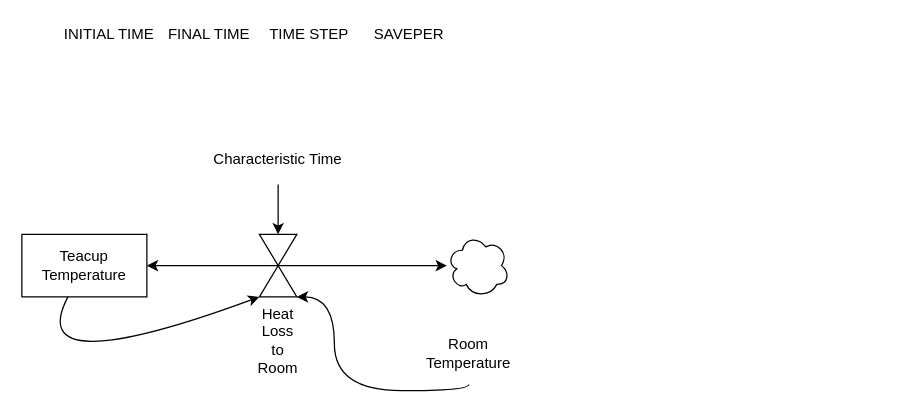
Above: teacup.drawio in ScienceGamez/drawio_pysd (draw.io), before the change. Source tidied: cells renumbered, new cells numbered last; positions are measured from the earlier drawing's top-left corner, leaving out a move shared by most shapes. Both pictures are drawn from the tidied source at 125%, with x=0, y=0 at pixel (21, 21).
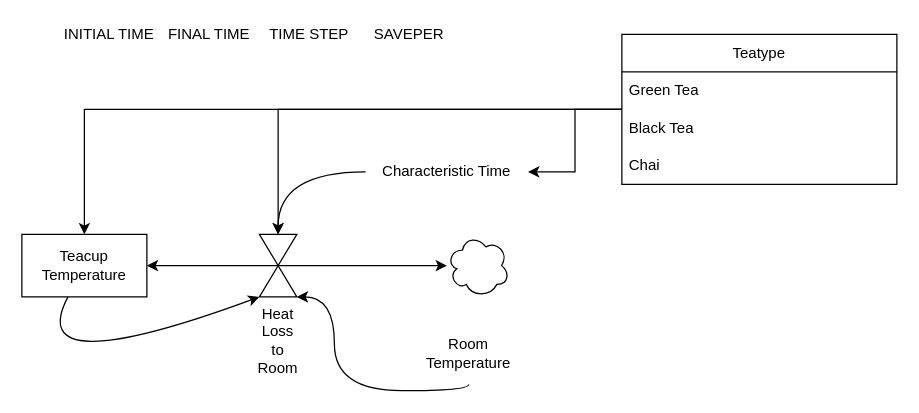
After the change.

Unchanged cells that the change refers to:
```xml
<object id="2" label="%Name%" Name="Teacup Temperature" placeholders="1">
  <mxCell style="rounded=0;whiteSpace=wrap;html=1;" parent="1" vertex="1">
    <mxGeometry y="170" width="100" height="50" as="geometry" />
  </mxCell>
</object>
<object id="4" label="%Name%" Name="Heat Loss to Room" placeholders="1">
  <mxCell style="shape=collate;whiteSpace=wrap;html=1;points=[[0,0,0,0,0],[0,0.5,0,0,0],[0,1,0,0,0],[0.5,0,0,0,0],[0.5,0.5,0,0,0],[0.5,1,0,0,0],[1,0,0,0,0],[1,0.5,0,0,0],[1,1,0,0,0]];labelPosition=center;verticalLabelPosition=bottom;align=center;verticalAlign=top;" parent="1" vertex="1">
    <mxGeometry x="190" y="170" width="30" height="50" as="geometry" />
  </mxCell>
</object>
```

The edit, as a diff of the source:
```diff
@@
     <object id="9" label="%Name%" Name="Characteristic Time" placeholders="1">
       <mxCell style="text;html=1;strokeColor=none;fillColor=none;align=center;verticalAlign=middle;whiteSpace=wrap;overflow=hidden;" parent="1" vertex="1">
-        <mxGeometry x="140" y="90" width="130" height="40" as="geometry" />
+        <mxGeometry x="275" y="100" width="130" height="40" as="geometry" />
       </mxCell>
     </object>
@@
+    <mxCell id="16" style="edgeStyle=orthogonalEdgeStyle;rounded=0;jettySize=auto;html=1;" parent="1" edge="1" source="19" target="2">
+      <mxGeometry relative="1" as="geometry" />
+    </mxCell>
+    <mxCell id="17" style="edgeStyle=orthogonalEdgeStyle;rounded=0;jettySize=auto;html=1;" parent="1" edge="1" source="19" target="9">
+      <mxGeometry relative="1" as="geometry" />
+    </mxCell>
+    <mxCell id="18" style="edgeStyle=orthogonalEdgeStyle;rounded=0;jettySize=auto;html=1;" parent="1" edge="1" source="19" target="4">
+      <mxGeometry relative="1" as="geometry" />
+    </mxCell>
+    <object id="19" label="%Name%" Name="Teatype" placeholders="1">
+      <mxCell style="swimlane;fontStyle=0;horizontal=1;startSize=30;whiteSpace=wrap;html=1;" parent="1" vertex="1">
+        <mxGeometry x="480" y="10" width="220" height="120" as="geometry" />
+      </mxCell>
+    </object>
+    <mxCell id="20" value="Green Tea" style="text;strokeColor=none;fillColor=none;align=left;verticalAlign=middle;spacingLeft=4;spacingRight=4;overflow=hidden;whiteSpace=wrap;html=1;" parent="19" vertex="1">
+      <mxGeometry y="30" width="220" height="30" as="geometry" />
+    </mxCell>
+    <mxCell id="21" value="Black Tea" style="text;strokeColor=none;fillColor=none;align=left;verticalAlign=middle;spacingLeft=4;spacingRight=4;overflow=hidden;whiteSpace=wrap;html=1;" parent="19" vertex="1">
+      <mxGeometry y="60" width="220" height="30" as="geometry" />
+    </mxCell>
+    <mxCell id="22" value="Chai" style="text;strokeColor=none;fillColor=none;align=left;verticalAlign=middle;spacingLeft=4;spacingRight=4;overflow=hidden;whiteSpace=wrap;html=1;" parent="19" vertex="1">
+      <mxGeometry y="90" width="220" height="30" as="geometry" />
+    </mxCell>
```
